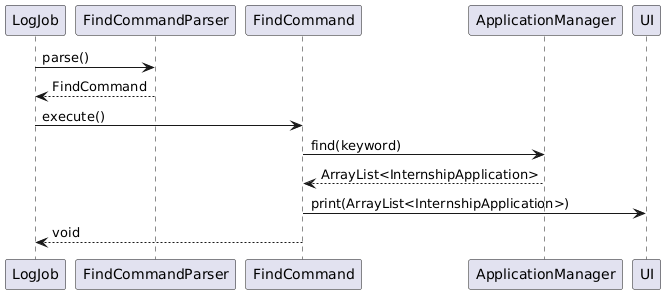
Above: docs/diagrams/sequence-diagrams/find-sequence.png in irfandeen/tp (PlantUML), before the change.
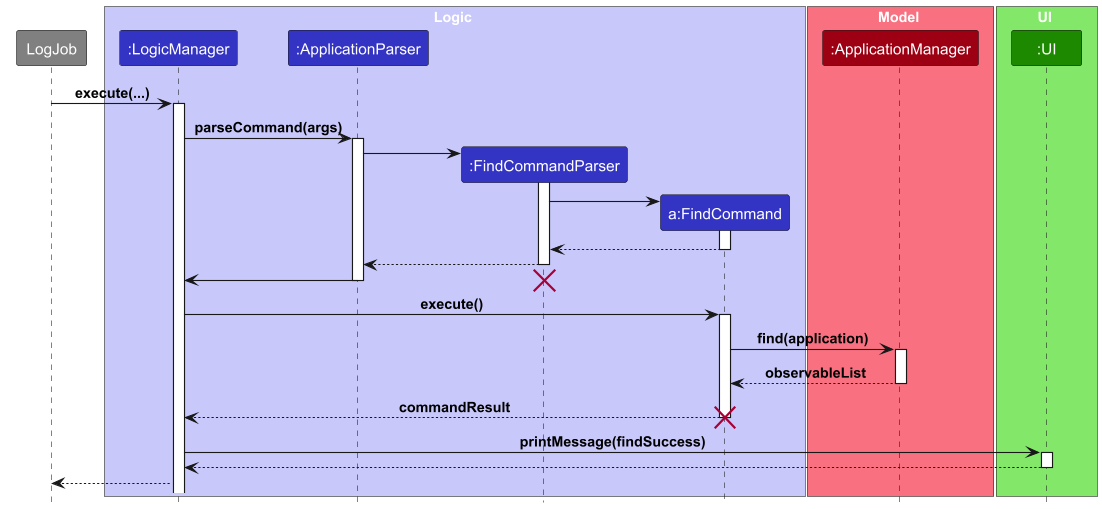
The same file after the commit.

Diff of the diagram source:
```diff
@@ -1,15 +1,61 @@
 @startuml
-participant LogJob
-participant FindCommandParser
-participant FindCommand
-participant ApplicationManager
-participant UI
 
-LogJob -> FindCommandParser: parse()
-FindCommandParser --> LogJob: FindCommand
-LogJob -> FindCommand: execute()
-FindCommand -> ApplicationManager: find(keyword)
-ApplicationManager --> FindCommand: ArrayList<InternshipApplication>
-FindCommand -> UI: print(ArrayList<InternshipApplication>)
-FindCommand --> LogJob: void
+!include ../../style.puml
+
+participant LogJob #grey
+
+box Logic LOGIC_COLOR_T1
+participant ":LogicManager" as LogicManager LOGIC_COLOR
+participant ":ApplicationParser" as ApplicationParser LOGIC_COLOR
+participant ":FindCommandParser" as FindCommandParser LOGIC_COLOR
+participant "a:FindCommand" as FindCommand LOGIC_COLOR
+end box
+
+box Model MODEL_COLOR_T1
+participant ":ApplicationManager" as ApplicationManager MODEL_COLOR
+end box
+
+box UI UI_COLOR_T1
+participant ":UI" as ui UI_COLOR
+end box
+
+LogJob -> LogicManager : execute(...)
+activate LogicManager
+
+LogicManager -> ApplicationParser: parseCommand(args)
+activate ApplicationParser
+
+create FindCommandParser
+ApplicationParser -> FindCommandParser
+activate FindCommandParser
+
+create FindCommand
+FindCommandParser -> FindCommand
+activate FindCommand
+FindCommand --> FindCommandParser
+deactivate
+
+FindCommandParser --> ApplicationParser
+deactivate FindCommandParser
+ApplicationParser -> LogicManager
+destroy FindCommandParser
+deactivate ApplicationParser
+
+LogicManager -> FindCommand: execute()
+activate FindCommand
+FindCommand -> ApplicationManager: find(application)
+activate ApplicationManager
+ApplicationManager --> FindCommand: observableList
+deactivate ApplicationManager
+FindCommand --> LogicManager: commandResult
+deactivate FindCommand
+destroy FindCommand
+
+LogicManager -> ui: printMessage(findSuccess)
+activate ui
+ui --> LogicManager
+deactivate ui
+deactivate FindCommand
+LogicManager --> LogJob
+
 @enduml
```
